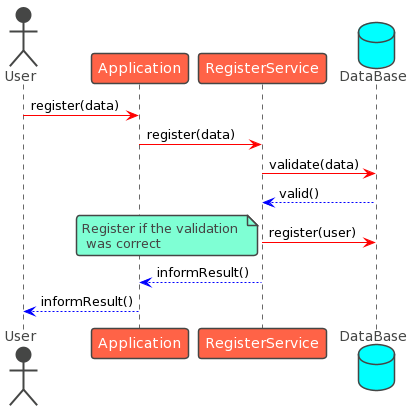
Earlier version of the PlantUML export docs/images/registerSecuencia.png (Arquisoft/wiq_es05c1).
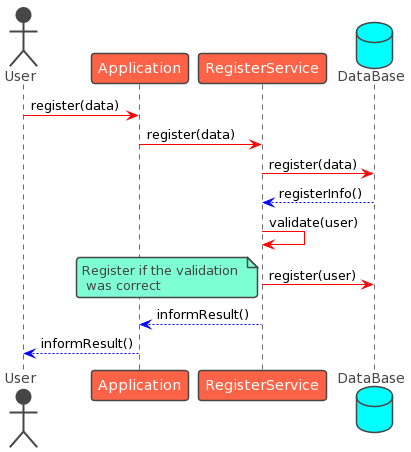
After the change.

What changed in the source:
```diff
@@ -9,8 +9,9 @@
 
 User -[#red]> app : register(data)
 app -[#red]> reg : register(data)
-reg -[#red]> db : validate(data)
-db -[#blue]-> reg : valid()
+reg -[#red]> db : register(data)
+db -[#blue]-> reg : registerInfo()
+reg -[#red]> reg : validate(user)
 
 reg -[#red]> db : register(user)
 note left: Register if the validation \n was correct
```
